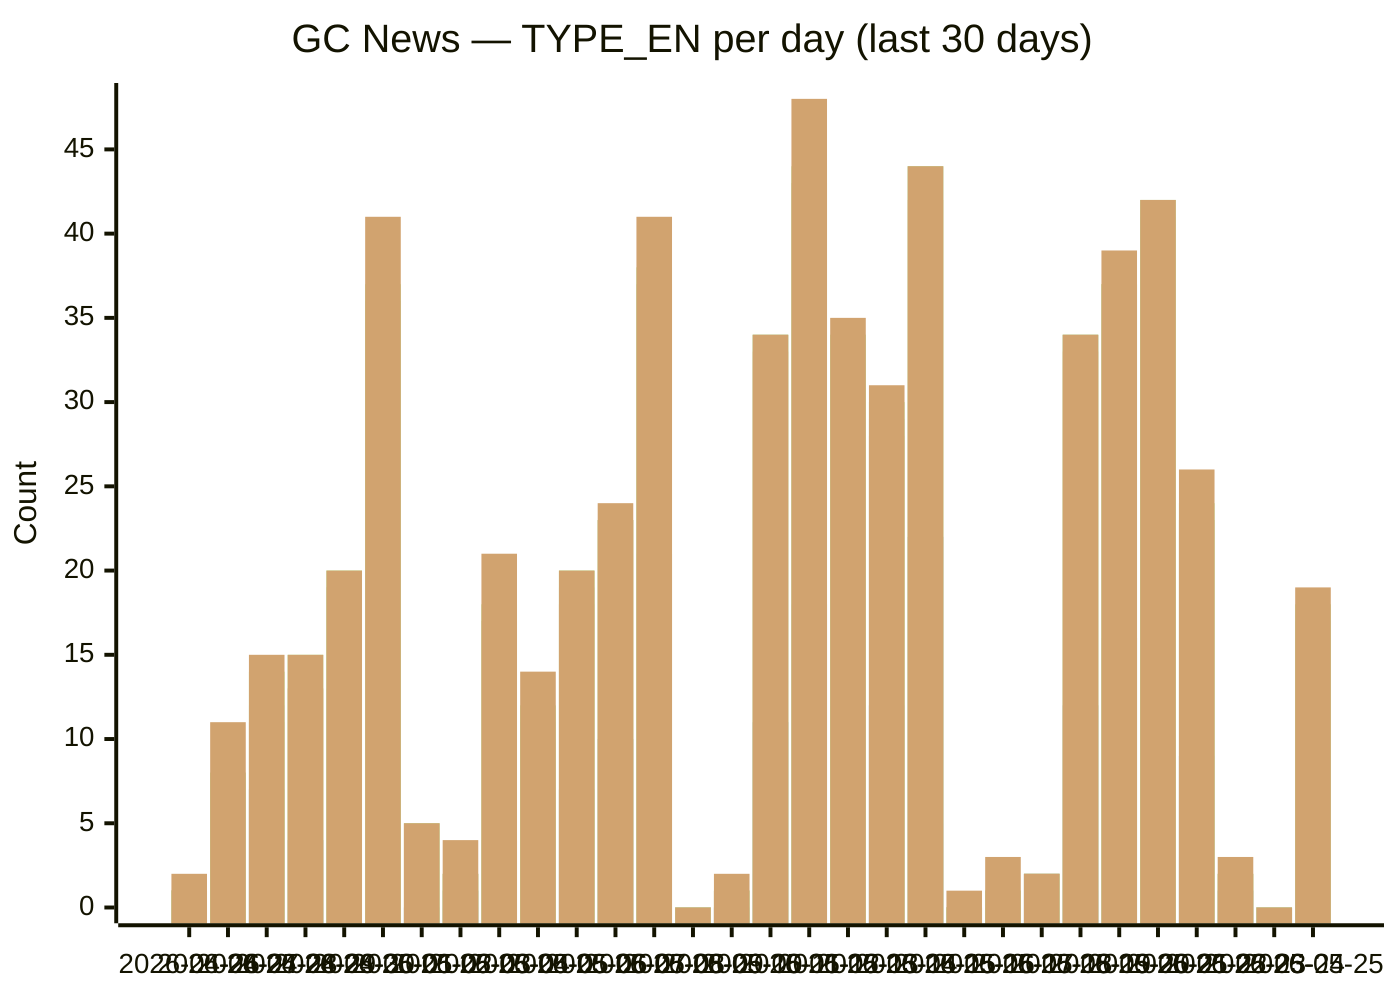
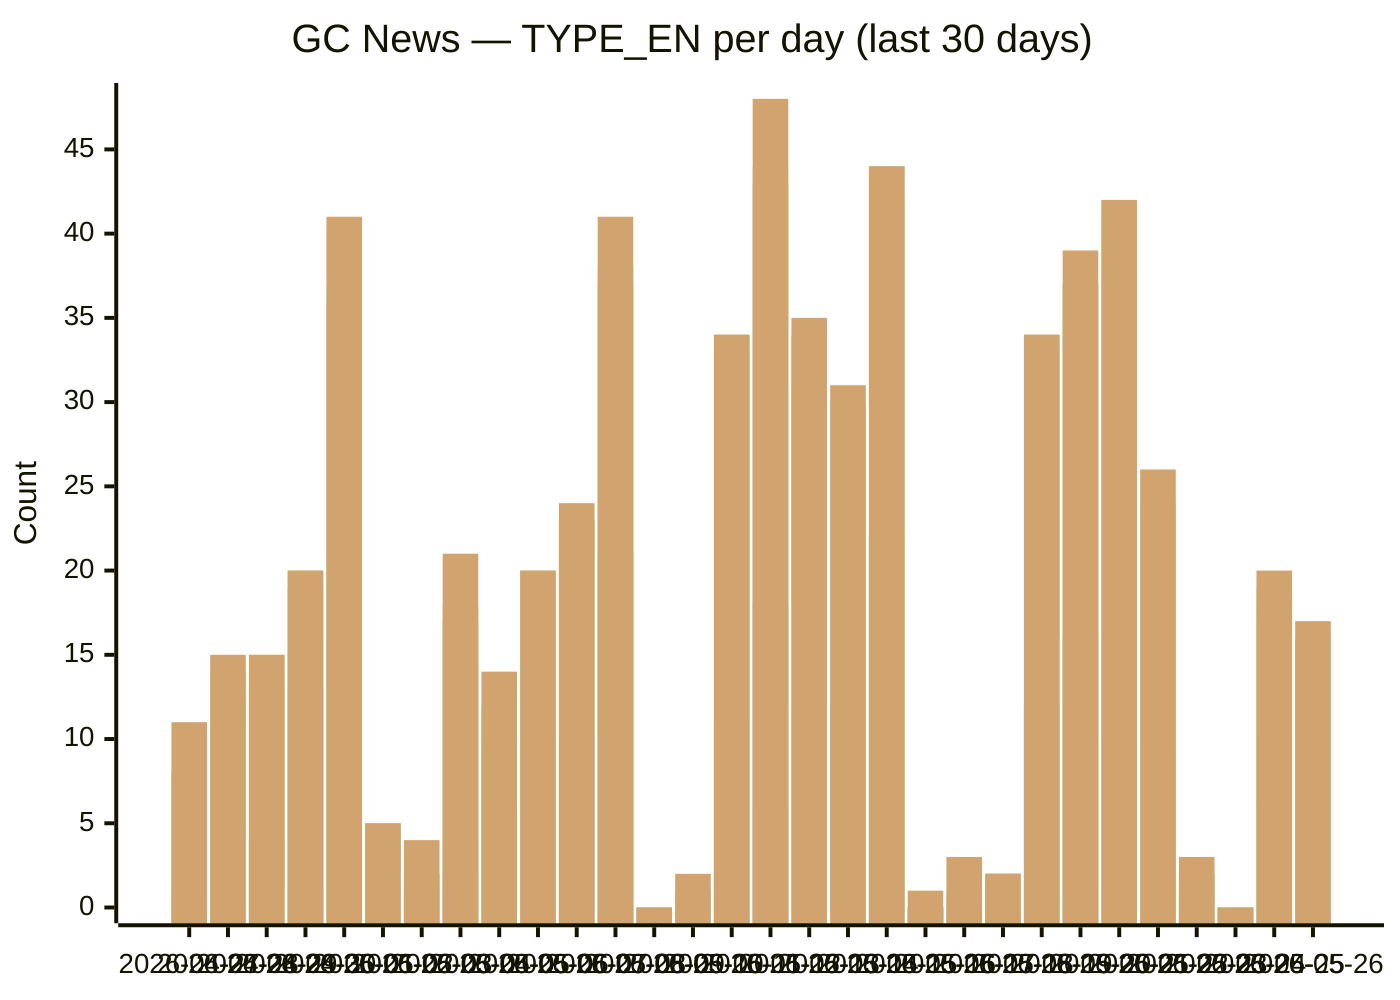
xychart-beta
  title "GC News — TYPE_EN per day (last 30 days)"
-   x-axis [2026-04-26, 2026-04-27, 2026-04-28, 2026-04-29, 2026-04-30, 2026-05-01, 2026-05-02, 2026-05-03, 2026-05-04, 2026-05-05, 2026-05-06, 2026-05-07, 2026-05-08, 2026-05-09, 2026-05-10, 2026-05-11, 2026-05-12, 2026-05-13, 2026-05-14, 2026-05-15, 2026-05-16, 2026-05-17, 2026-05-18, 2026-05-19, 2026-05-20, 2026-05-21, 2026-05-22, 2026-05-23, 2026-05-24, 2026-05-25]
+   x-axis [2026-04-27, 2026-04-28, 2026-04-29, 2026-04-30, 2026-05-01, 2026-05-02, 2026-05-03, 2026-05-04, 2026-05-05, 2026-05-06, 2026-05-07, 2026-05-08, 2026-05-09, 2026-05-10, 2026-05-11, 2026-05-12, 2026-05-13, 2026-05-14, 2026-05-15, 2026-05-16, 2026-05-17, 2026-05-18, 2026-05-19, 2026-05-20, 2026-05-21, 2026-05-22, 2026-05-23, 2026-05-24, 2026-05-25, 2026-05-26]
  y-axis "Count" 0 --> 48
-   bar backgrounders [0, 1, 1, 0, 1, 1, 0, 0, 2, 1, 2, 0, 5, 0, 0, 2, 6, 2, 4, 5, 0, 0, 0, 1, 1, 3, 3, 0, 0, 6]
-   bar "media advisories" [1, 1, 7, 4, 13, 16, 0, 1, 4, 6, 7, 10, 21, 0, 0, 11, 18, 12, 12, 22, 0, 0, 2, 12, 16, 10, 9, 1, 0, 9]
-   bar "news releases" [1, 8, 11, 13, 19, 36, 5, 2, 17, 10, 18, 23, 37, 0, 1, 33, 43, 31, 28, 42, 0, 1, 2, 33, 37, 38, 23, 2, 0, 16]
-   bar readouts [1, 8, 12, 13, 19, 36, 5, 2, 17, 11, 19, 23, 37, 0, 1, 34, 43, 34, 29, 44, 0, 1, 2, 34, 37, 41, 23, 2, 0, 17]
-   bar speeches [1, 8, 14, 15, 20, 37, 5, 2, 18, 12, 20, 23, 38, 0, 1, 34, 44, 34, 30, 44, 0, 1, 2, 34, 37, 42, 24, 2, 0, 18]
-   bar statements [2, 11, 15, 15, 20, 41, 5, 4, 21, 14, 20, 24, 41, 0, 2, 34, 48, 35, 31, 44, 1, 3, 2, 34, 39, 42, 26, 3, 0, 19]
+   bar backgrounders [1, 1, 0, 1, 1, 0, 0, 2, 1, 2, 0, 5, 0, 0, 2, 6, 2, 4, 5, 0, 0, 0, 1, 1, 3, 3, 0, 0, 6, 1]
+   bar "media advisories" [1, 7, 4, 13, 16, 0, 1, 4, 6, 7, 10, 21, 0, 0, 11, 18, 12, 12, 22, 0, 0, 2, 12, 16, 10, 9, 1, 0, 10, 6]
+   bar "news releases" [8, 11, 13, 19, 36, 5, 2, 17, 10, 18, 23, 37, 0, 1, 33, 43, 31, 28, 42, 0, 1, 2, 33, 37, 38, 23, 2, 0, 17, 13]
+   bar readouts [8, 12, 13, 19, 36, 5, 2, 17, 11, 19, 23, 37, 0, 1, 34, 43, 34, 29, 44, 0, 1, 2, 34, 37, 41, 23, 2, 0, 18, 16]
+   bar speeches [8, 14, 15, 20, 37, 5, 2, 18, 12, 20, 23, 38, 0, 1, 34, 44, 34, 30, 44, 0, 1, 2, 34, 37, 42, 24, 2, 0, 19, 16]
+   bar statements [11, 15, 15, 20, 41, 5, 4, 21, 14, 20, 24, 41, 0, 2, 34, 48, 35, 31, 44, 1, 3, 2, 34, 39, 42, 26, 3, 0, 20, 17]
